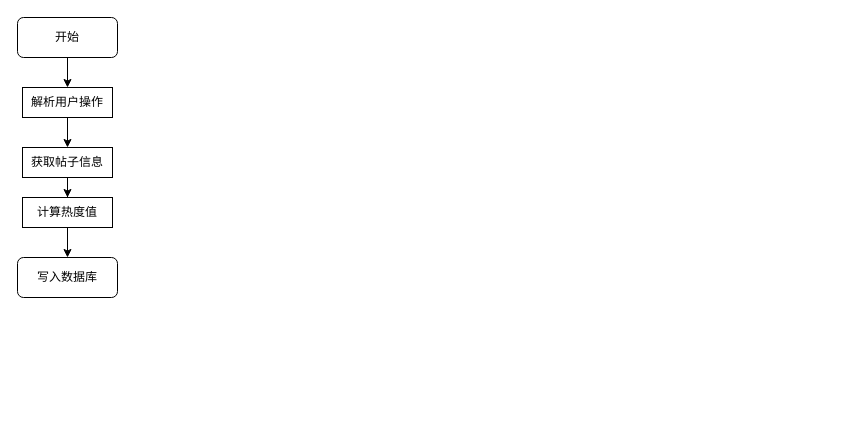
lululuhui/flow-chart-warehouse keeps this draw.io diagram as 毕业论文/热门推荐流程图.drawio. Above is the earlier version. Source tidied: cells renumbered, new cells numbered last; positions are measured from the earlier drawing's top-left corner, leaving out a move shared by most shapes. Both pictures are drawn from the tidied source at 100%, with x=0, y=0 at pixel (17, 17).
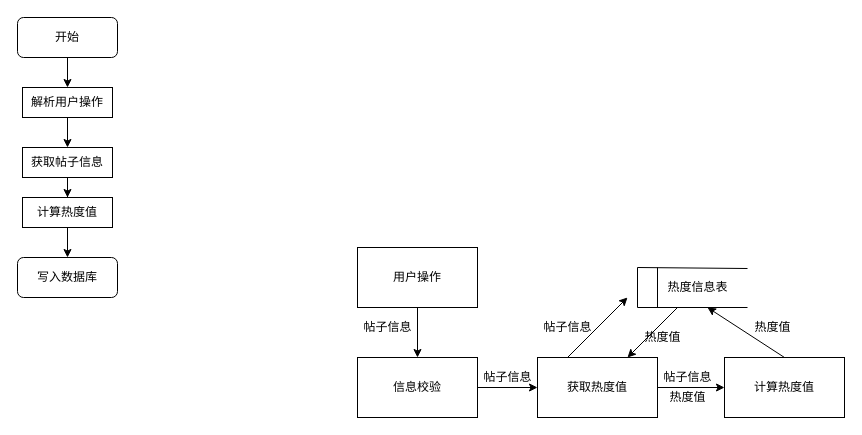
The same diagram, later.

Commit message (it also covers changes not shown here):
Update 热门推荐流程图.drawio

What changed in the source:
```diff
@@
+    <mxCell id="11" style="edgeStyle=orthogonalEdgeStyle;rounded=0;jettySize=auto;html=1;endArrow=classic;endFill=1;" parent="1" edge="1" source="12" target="14">
+      <mxGeometry relative="1" as="geometry" />
+    </mxCell>
+    <mxCell id="12" value="用户操作" style="rounded=0;whiteSpace=wrap;html=1;" parent="1" vertex="1">
+      <mxGeometry x="340" y="230" width="120" height="60" as="geometry" />
+    </mxCell>
+    <mxCell id="13" style="edgeStyle=orthogonalEdgeStyle;rounded=0;jettySize=auto;html=1;endArrow=classic;endFill=1;" parent="1" edge="1" source="14" target="18">
+      <mxGeometry relative="1" as="geometry" />
+    </mxCell>
+    <mxCell id="14" value="信息校验" style="whiteSpace=wrap;html=1;rounded=0;" parent="1" vertex="1">
+      <mxGeometry x="340" y="340" width="120" height="60" as="geometry" />
+    </mxCell>
+    <mxCell id="15" value="帖子信息" style="text;html=1;align=center;verticalAlign=middle;strokeColor=none;fillColor=none;" parent="1" vertex="1">
+      <mxGeometry x="340" y="300" width="60" height="20" as="geometry" />
+    </mxCell>
+    <mxCell id="16" style="edgeStyle=orthogonalEdgeStyle;rounded=0;jettySize=auto;html=1;endArrow=classic;endFill=1;" parent="1" edge="1" source="18" target="26">
+      <mxGeometry relative="1" as="geometry" />
+    </mxCell>
+    <mxCell id="17" style="edgeStyle=none;rounded=0;jettySize=auto;html=1;exitX=0.25;exitY=0;exitDx=0;exitDy=0;startArrow=none;startFill=0;endArrow=classic;endFill=1;" parent="1" edge="1" source="18">
+      <mxGeometry relative="1" as="geometry">
+        <mxPoint x="610" y="280" as="targetPoint" />
+      </mxGeometry>
+    </mxCell>
+    <mxCell id="18" value="获取热度值" style="whiteSpace=wrap;html=1;rounded=0;" parent="1" vertex="1">
+      <mxGeometry x="520" y="340" width="120" height="60" as="geometry" />
+    </mxCell>
+    <mxCell id="19" style="rounded=0;jettySize=auto;html=1;endArrow=classic;endFill=1;" parent="1" edge="1" target="18">
+      <mxGeometry relative="1" as="geometry">
+        <mxPoint x="660" y="290" as="sourcePoint" />
+      </mxGeometry>
+    </mxCell>
+    <mxCell id="20" style="endArrow=none;html=1;rounded=0;" parent="1" edge="1">
+      <mxGeometry relative="1" as="geometry">
+        <mxPoint x="620" y="250" as="sourcePoint" />
+        <mxPoint x="730" y="251" as="targetPoint" />
+      </mxGeometry>
+    </mxCell>
+    <mxCell id="21" style="endArrow=none;html=1;rounded=0;" parent="1" edge="1">
+      <mxGeometry relative="1" as="geometry">
+        <mxPoint x="620" y="290" as="sourcePoint" />
+        <mxPoint x="730" y="290" as="targetPoint" />
+      </mxGeometry>
+    </mxCell>
+    <mxCell id="22" style="endArrow=none;html=1;rounded=0;" parent="1" edge="1">
+      <mxGeometry relative="1" as="geometry">
+        <mxPoint x="620" y="290" as="sourcePoint" />
+        <mxPoint x="620" y="250" as="targetPoint" />
+      </mxGeometry>
+    </mxCell>
+    <mxCell id="23" style="endArrow=none;html=1;rounded=0;" parent="1" edge="1">
+      <mxGeometry relative="1" as="geometry">
+        <mxPoint x="640" y="290" as="sourcePoint" />
+        <mxPoint x="640" y="250" as="targetPoint" />
+      </mxGeometry>
+    </mxCell>
+    <mxCell id="24" value="热度信息表" style="text;html=1;align=center;verticalAlign=middle;strokeColor=none;fillColor=none;" parent="1" vertex="1">
+      <mxGeometry x="640" y="260" width="80" height="20" as="geometry" />
+    </mxCell>
+    <mxCell id="25" style="edgeStyle=none;rounded=0;jettySize=auto;html=1;exitX=0.5;exitY=0;exitDx=0;exitDy=0;startArrow=none;startFill=0;endArrow=classic;endFill=1;" parent="1" edge="1" source="26">
+      <mxGeometry relative="1" as="geometry">
+        <mxPoint x="690" y="290" as="targetPoint" />
+      </mxGeometry>
+    </mxCell>
+    <mxCell id="26" value="计算热度值" style="whiteSpace=wrap;html=1;rounded=0;" parent="1" vertex="1">
+      <mxGeometry x="707" y="340" width="120" height="60" as="geometry" />
+    </mxCell>
+    <mxCell id="27" value="热度值" style="text;html=1;align=center;verticalAlign=middle;strokeColor=none;fillColor=none;" parent="1" vertex="1">
+      <mxGeometry x="620" y="310" width="50" height="20" as="geometry" />
+    </mxCell>
+    <mxCell id="28" value="热度值" style="text;html=1;align=center;verticalAlign=middle;strokeColor=none;fillColor=none;" parent="1" vertex="1">
+      <mxGeometry x="730" y="300" width="50" height="20" as="geometry" />
+    </mxCell>
+    <mxCell id="29" value="帖子信息" style="text;html=1;align=center;verticalAlign=middle;strokeColor=none;fillColor=none;" parent="1" vertex="1">
+      <mxGeometry x="640" y="350" width="60" height="20" as="geometry" />
+    </mxCell>
+    <mxCell id="30" value="热度值" style="text;html=1;align=center;verticalAlign=middle;strokeColor=none;fillColor=none;" parent="1" vertex="1">
+      <mxGeometry x="645" y="370" width="50" height="20" as="geometry" />
+    </mxCell>
+    <mxCell id="31" value="帖子信息" style="text;html=1;align=center;verticalAlign=middle;strokeColor=none;fillColor=none;" parent="1" vertex="1">
+      <mxGeometry x="460" y="350" width="60" height="20" as="geometry" />
+    </mxCell>
+    <mxCell id="32" value="帖子信息" style="text;html=1;align=center;verticalAlign=middle;strokeColor=none;fillColor=none;" parent="1" vertex="1">
+      <mxGeometry x="520" y="300" width="60" height="20" as="geometry" />
+    </mxCell>
```
